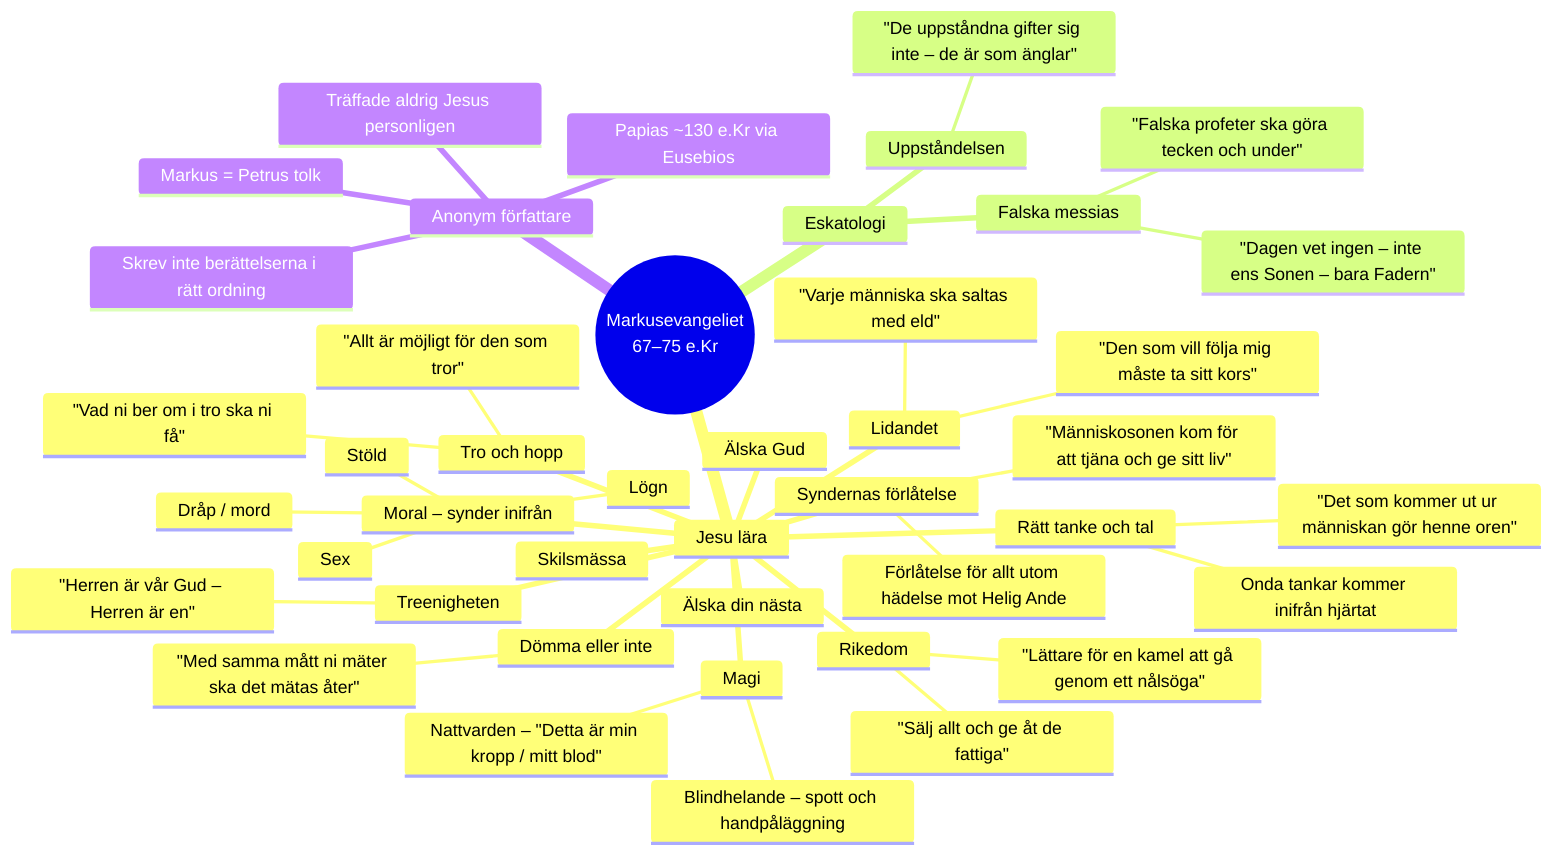
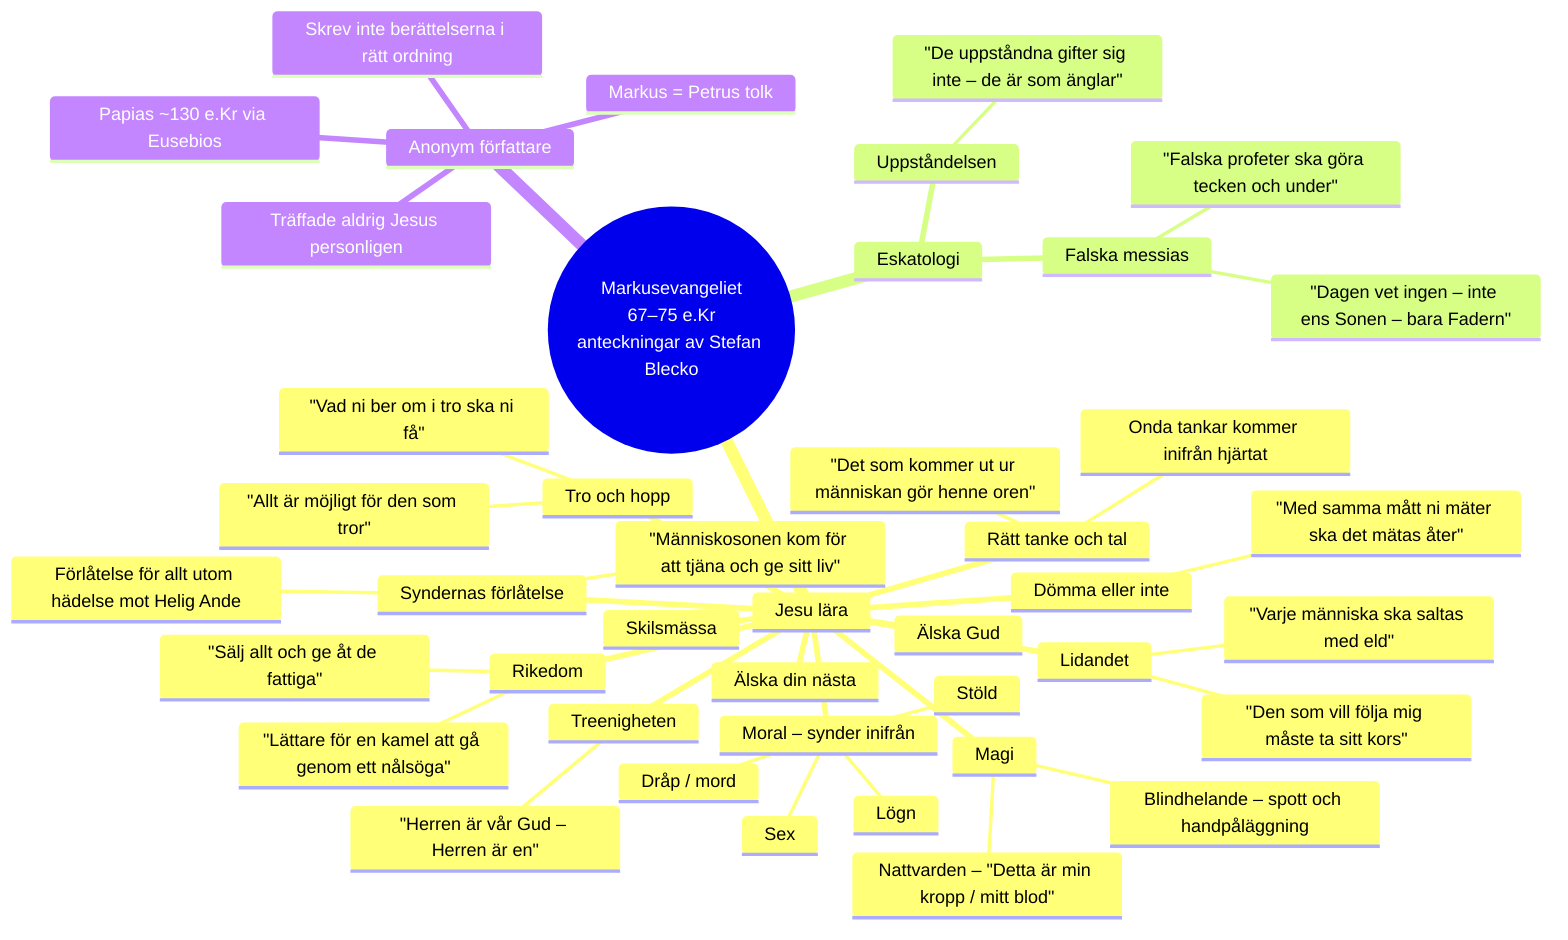
mindmap
  root((Markusevangeliet
-     67–75 e.Kr))
+     67–75 e.Kr
+ anteckningar av Stefan Blecko))
    Jesu lära
      Magi
        Nattvarden – "Detta är min kropp / mitt blod"
        Blindhelande – spott och handpåläggning
      Lidandet
        "Den som vill följa mig måste ta sitt kors"
        "Varje människa ska saltas med eld"
      Skilsmässa
      Treenigheten
        "Herren är vår Gud – Herren är en"
      Syndernas förlåtelse
        "Människosonen kom för att tjäna och ge sitt liv"
        Förlåtelse för allt utom hädelse mot Helig Ande
      Rätt tanke och tal
        "Det som kommer ut ur människan gör henne oren"
        Onda tankar kommer inifrån hjärtat
      Tro och hopp
        "Allt är möjligt för den som tror"
        "Vad ni ber om i tro ska ni få"
      Dömma eller inte
        "Med samma mått ni mäter ska det mätas åter"
      Älska Gud
      Älska din nästa
      Rikedom
        "Sälj allt och ge åt de fattiga"
        "Lättare för en kamel att gå genom ett nålsöga"
      Moral – synder inifrån
        Dråp / mord
        Sex
        Stöld
        Lögn
    Eskatologi
      Uppståndelsen
        "De uppståndna gifter sig inte – de är som änglar"
      Falska messias
        "Falska profeter ska göra tecken och under"
        "Dagen vet ingen – inte ens Sonen – bara Fadern"
    Anonym författare
      Papias ~130 e.Kr via Eusebios
      Markus = Petrus tolk
      Träffade aldrig Jesus personligen
      Skrev inte berättelserna i rätt ordning
